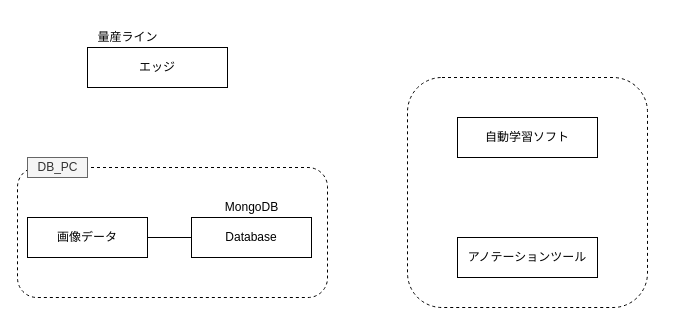
The draw.io diagram images/再学習とか.drawio in Flamingo-G/hello-world, before the edit. Source tidied: cells renumbered, new cells numbered last; positions are measured from the earlier drawing's top-left corner, leaving out a move shared by most shapes. Both pictures are drawn from the tidied source at 100%, with x=0, y=0 at pixel (17, 27).
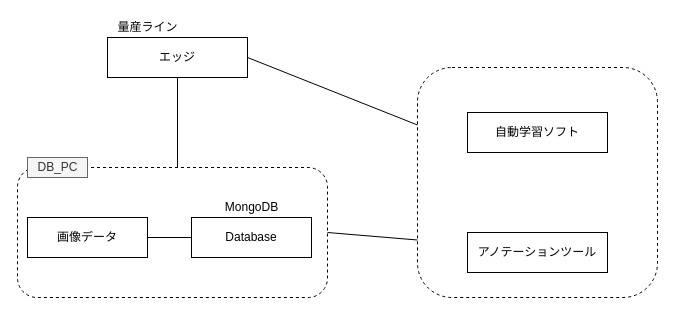
The same diagram, later.

Commit message (it also covers changes not shown here):
再学習とか.drawio を更新します

The edit, as a diff of the source:
```diff
@@
 <mxGraphModel>
   <root>
     <mxCell id="0" />
     <mxCell id="1" parent="0" />
     <mxCell id="2" style="rounded=1;whiteSpace=wrap;html=1;dashed=1;" parent="1" vertex="1">
-      <mxGeometry x="390" y="50" width="240" height="230" as="geometry" />
+      <mxGeometry x="400" y="40" width="240" height="230" as="geometry" />
     </mxCell>
     <mxCell id="3" style="rounded=1;whiteSpace=wrap;html=1;dashed=1;" parent="1" vertex="1">
       <mxGeometry y="140" width="310" height="130" as="geometry" />
     </mxCell>
     <mxCell id="4" value="Database" style="rounded=0;whiteSpace=wrap;html=1;" parent="1" vertex="1">
       <mxGeometry x="174" y="190" width="120" height="40" as="geometry" />
     </mxCell>
     <mxCell id="5" value="MongoDB" style="text;html=1;align=center;verticalAlign=middle;" parent="1" vertex="1">
       <mxGeometry x="199" y="170" width="70" height="20" as="geometry" />
     </mxCell>
     <mxCell id="6" value="画像データ" style="rounded=0;whiteSpace=wrap;html=1;" parent="1" vertex="1">
       <mxGeometry x="10" y="190" width="120" height="40" as="geometry" />
     </mxCell>
     <mxCell id="7" value="DB_PC" style="text;html=1;align=center;verticalAlign=middle;fillColor=#f5f5f5;strokeColor=#666666;fontColor=#333333;" parent="1" vertex="1">
       <mxGeometry x="10" y="130" width="60" height="20" as="geometry" />
     </mxCell>
     <mxCell id="8" value="アノテーションツール" style="rounded=0;whiteSpace=wrap;html=1;" parent="1" vertex="1">
-      <mxGeometry x="440" y="210" width="140" height="40" as="geometry" />
+      <mxGeometry x="450" y="205" width="140" height="40" as="geometry" />
     </mxCell>
     <mxCell id="9" value="自動学習ソフト" style="rounded=0;whiteSpace=wrap;html=1;" parent="1" vertex="1">
-      <mxGeometry x="440" y="90" width="140" height="40" as="geometry" />
+      <mxGeometry x="450" y="85" width="140" height="40" as="geometry" />
     </mxCell>
     <mxCell id="10" value="エッジ" style="rounded=0;whiteSpace=wrap;html=1;" parent="1" vertex="1">
-      <mxGeometry x="70" y="20" width="140" height="40" as="geometry" />
+      <mxGeometry x="90" y="10" width="140" height="40" as="geometry" />
     </mxCell>
     <mxCell id="11" value="量産ライン" style="text;html=1;align=center;verticalAlign=middle;" parent="1" vertex="1">
-      <mxGeometry x="70" width="80" height="20" as="geometry" />
+      <mxGeometry x="90" y="-10" width="80" height="20" as="geometry" />
     </mxCell>
     <mxCell id="12" style="endArrow=none;html=1;entryX=1;entryY=0.5;entryDx=0;entryDy=0;exitX=0;exitY=0.5;exitDx=0;exitDy=0;" parent="1" edge="1" source="4" target="6">
       <mxGeometry relative="1" as="geometry" />
     </mxCell>
+    <mxCell id="13" style="endArrow=none;html=1;entryX=0.5;entryY=1;entryDx=0;entryDy=0;" parent="1" edge="1" target="10">
+      <mxGeometry relative="1" as="geometry">
+        <mxPoint x="160" y="140" as="sourcePoint" />
+      </mxGeometry>
+    </mxCell>
+    <mxCell id="14" style="endArrow=none;html=1;entryX=1;entryY=0.5;entryDx=0;entryDy=0;exitX=0;exitY=0.25;exitDx=0;exitDy=0;" parent="1" edge="1" source="2" target="10">
+      <mxGeometry relative="1" as="geometry" />
+    </mxCell>
+    <mxCell id="15" style="endArrow=none;html=1;entryX=1;entryY=0.5;entryDx=0;entryDy=0;exitX=0;exitY=0.75;exitDx=0;exitDy=0;" parent="1" edge="1" source="2" target="3">
+      <mxGeometry relative="1" as="geometry" />
+    </mxCell>
   </root>
 </mxGraphModel>
```
